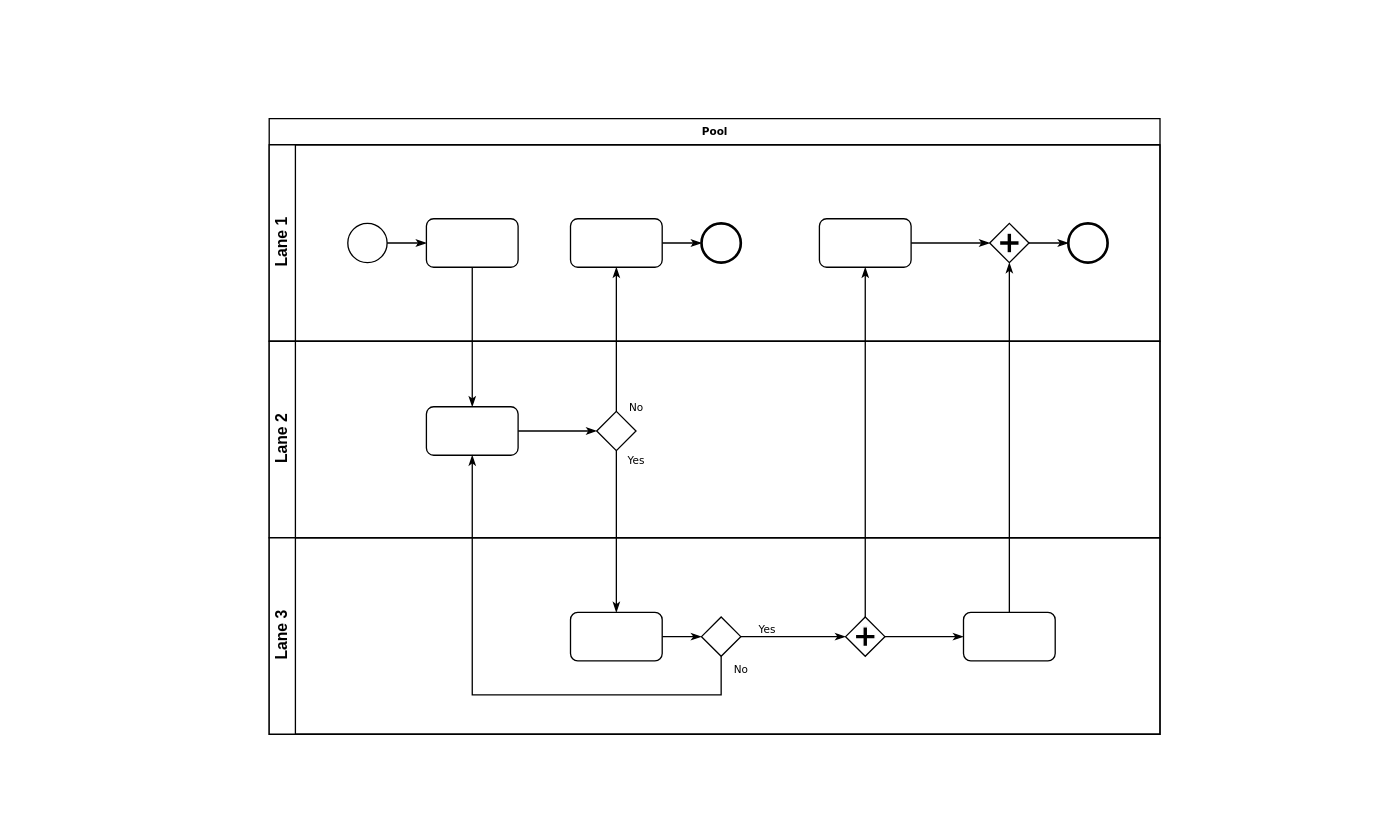
Before: 未命名绘图.drawio in lsj188/myPlugin, a draw.io diagram. Source tidied: cells renumbered, new cells numbered last; positions are measured from the earlier drawing's top-left corner, leaving out a move shared by most shapes. Both pictures are drawn from the tidied source at 131%, with x=0, y=0 at pixel (269, 118).
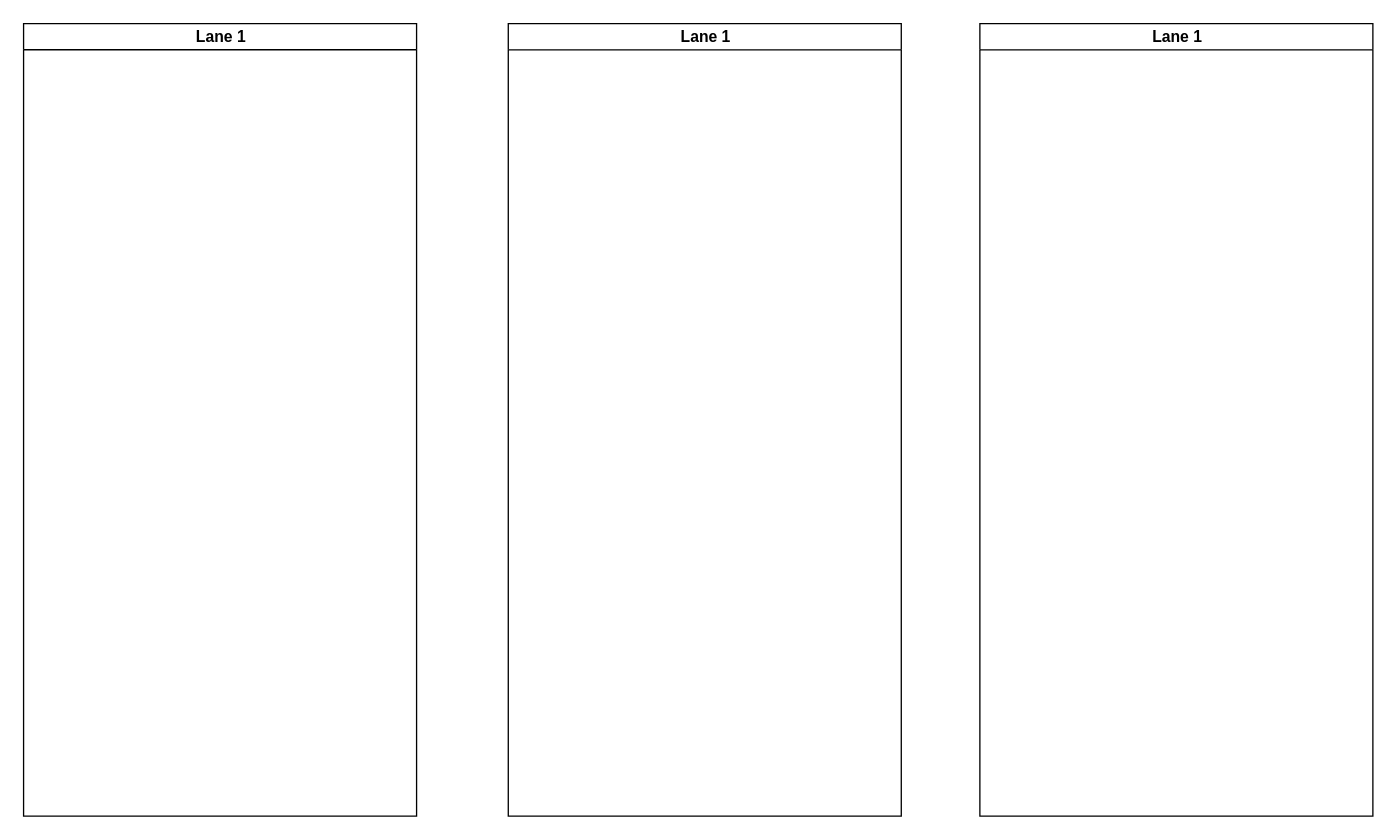
After the change.

Commit message (it also covers changes not shown here):
接口数据处理流程.drawio

What changed in the source:
```diff
@@
-    <mxCell id="2" value="Pool" style="swimlane;html=1;horizontal=1;startSize=20;rounded=0;shadow=0;labelBackgroundColor=none;strokeWidth=1;fontFamily=Verdana;fontSize=8;align=center;" parent="1" vertex="1">
-      <mxGeometry width="680" height="470" as="geometry" />
-    </mxCell>
-    <mxCell id="3" value="Lane 1" style="swimlane;html=1;startSize=20;horizontal=0;" parent="2" vertex="1">
-      <mxGeometry y="20" width="680" height="150" as="geometry" />
+    <mxCell id="3" value="Lane 1" style="swimlane;html=1;startSize=20;horizontal=0;rotation=90;" parent="1" vertex="1">
+      <mxGeometry x="-340" y="80" width="605" height="300" as="geometry" />
     </mxCell>
-    <mxCell id="4" style="edgeStyle=orthogonalEdgeStyle;rounded=0;html=1;labelBackgroundColor=none;startArrow=none;startFill=0;startSize=5;endArrow=classicThin;endFill=1;endSize=5;jettySize=auto;strokeWidth=1;fontFamily=Verdana;fontSize=8;" parent="3" edge="1" source="5" target="6">
-      <mxGeometry relative="1" as="geometry" />
-    </mxCell>
-    <mxCell id="5" style="ellipse;whiteSpace=wrap;html=1;rounded=0;shadow=0;labelBackgroundColor=none;strokeWidth=1;fontFamily=Verdana;fontSize=8;align=center;" parent="3" vertex="1">
-      <mxGeometry x="60" y="60" width="30" height="30" as="geometry" />
-    </mxCell>
-    <mxCell id="6" style="rounded=1;whiteSpace=wrap;html=1;shadow=0;labelBackgroundColor=none;strokeWidth=1;fontFamily=Verdana;fontSize=8;align=center;" parent="3" vertex="1">
-      <mxGeometry x="120" y="56.5" width="70" height="37" as="geometry" />
-    </mxCell>
-    <mxCell id="7" style="edgeStyle=orthogonalEdgeStyle;rounded=0;html=1;labelBackgroundColor=none;startArrow=none;startFill=0;startSize=5;endArrow=classicThin;endFill=1;endSize=5;jettySize=auto;strokeWidth=1;fontFamily=Verdana;fontSize=8;" parent="3" edge="1" source="8" target="9">
-      <mxGeometry relative="1" as="geometry" />
-    </mxCell>
-    <mxCell id="8" style="rounded=1;whiteSpace=wrap;html=1;shadow=0;labelBackgroundColor=none;strokeWidth=1;fontFamily=Verdana;fontSize=8;align=center;" parent="3" vertex="1">
-      <mxGeometry x="230" y="56.5" width="70" height="37" as="geometry" />
-    </mxCell>
-    <mxCell id="9" style="ellipse;whiteSpace=wrap;html=1;rounded=0;shadow=0;labelBackgroundColor=none;strokeWidth=2;fontFamily=Verdana;fontSize=8;align=center;" parent="3" vertex="1">
-      <mxGeometry x="330" y="60" width="30" height="30" as="geometry" />
-    </mxCell>
-    <mxCell id="10" style="edgeStyle=orthogonalEdgeStyle;rounded=0;html=1;entryX=0;entryY=0.5;labelBackgroundColor=none;startArrow=none;startFill=0;startSize=5;endArrow=classicThin;endFill=1;endSize=5;jettySize=auto;strokeWidth=1;fontFamily=Verdana;fontSize=8;" parent="3" edge="1" source="11" target="13">
-      <mxGeometry relative="1" as="geometry" />
-    </mxCell>
-    <mxCell id="11" style="rounded=1;whiteSpace=wrap;html=1;shadow=0;labelBackgroundColor=none;strokeWidth=1;fontFamily=Verdana;fontSize=8;align=center;" parent="3" vertex="1">
-      <mxGeometry x="420" y="56.5" width="70" height="37" as="geometry" />
-    </mxCell>
-    <mxCell id="12" style="edgeStyle=orthogonalEdgeStyle;rounded=0;html=1;labelBackgroundColor=none;startArrow=none;startFill=0;startSize=5;endArrow=classicThin;endFill=1;endSize=5;jettySize=auto;strokeWidth=1;fontFamily=Verdana;fontSize=8;" parent="3" edge="1" source="13" target="14">
-      <mxGeometry relative="1" as="geometry" />
-    </mxCell>
-    <mxCell id="13" style="shape=mxgraph.bpmn.shape;html=1;verticalLabelPosition=bottom;labelBackgroundColor=#ffffff;verticalAlign=top;perimeter=rhombusPerimeter;background=gateway;outline=none;symbol=parallelGw;rounded=1;shadow=0;strokeWidth=1;fontFamily=Verdana;fontSize=8;align=center;" parent="3" vertex="1">
-      <mxGeometry x="550" y="60" width="30" height="30" as="geometry" />
-    </mxCell>
-    <mxCell id="14" style="ellipse;whiteSpace=wrap;html=1;rounded=0;shadow=0;labelBackgroundColor=none;strokeWidth=2;fontFamily=Verdana;fontSize=8;align=center;" parent="3" vertex="1">
-      <mxGeometry x="610" y="60" width="30" height="30" as="geometry" />
-    </mxCell>
-    <mxCell id="15" value="Lane 2" style="swimlane;html=1;startSize=20;horizontal=0;" parent="2" vertex="1">
-      <mxGeometry y="170" width="680" height="150" as="geometry" />
-    </mxCell>
-    <mxCell id="16" style="edgeStyle=orthogonalEdgeStyle;rounded=0;html=1;labelBackgroundColor=none;startArrow=none;startFill=0;startSize=5;endArrow=classicThin;endFill=1;endSize=5;jettySize=auto;strokeWidth=1;fontFamily=Verdana;fontSize=8;" parent="15" edge="1" source="17" target="18">
-      <mxGeometry relative="1" as="geometry" />
-    </mxCell>
-    <mxCell id="17" style="rounded=1;whiteSpace=wrap;html=1;shadow=0;labelBackgroundColor=none;strokeWidth=1;fontFamily=Verdana;fontSize=8;align=center;" parent="15" vertex="1">
-      <mxGeometry x="120" y="50" width="70" height="37" as="geometry" />
-    </mxCell>
-    <mxCell id="18" style="strokeWidth=1;html=1;shape=mxgraph.flowchart.decision;whiteSpace=wrap;rounded=1;shadow=0;labelBackgroundColor=none;fontFamily=Verdana;fontSize=8;align=center;" parent="15" vertex="1">
-      <mxGeometry x="250" y="53.5" width="30" height="30" as="geometry" />
-    </mxCell>
-    <mxCell id="19" value="Lane 3" style="swimlane;html=1;startSize=20;horizontal=0;" parent="2" vertex="1">
-      <mxGeometry y="320" width="680" height="150" as="geometry" />
-    </mxCell>
-    <mxCell id="20" style="edgeStyle=orthogonalEdgeStyle;rounded=0;html=1;labelBackgroundColor=none;startArrow=none;startFill=0;startSize=5;endArrow=classicThin;endFill=1;endSize=5;jettySize=auto;strokeWidth=1;fontFamily=Verdana;fontSize=8;" parent="19" edge="1" source="21" target="23">
-      <mxGeometry relative="1" as="geometry" />
-    </mxCell>
-    <mxCell id="21" style="rounded=1;whiteSpace=wrap;html=1;shadow=0;labelBackgroundColor=none;strokeWidth=1;fontFamily=Verdana;fontSize=8;align=center;" parent="19" vertex="1">
-      <mxGeometry x="230" y="57" width="70" height="37" as="geometry" />
-    </mxCell>
-    <mxCell id="22" value="Yes" style="edgeStyle=orthogonalEdgeStyle;rounded=0;html=1;entryX=0;entryY=0.5;labelBackgroundColor=none;startArrow=none;startFill=0;startSize=5;endArrow=classicThin;endFill=1;endSize=5;jettySize=auto;strokeWidth=1;fontFamily=Verdana;fontSize=8;" parent="19" edge="1" source="23" target="25">
-      <mxGeometry x="-0.5" y="6" relative="1" as="geometry" />
-    </mxCell>
-    <mxCell id="23" style="strokeWidth=1;html=1;shape=mxgraph.flowchart.decision;whiteSpace=wrap;rounded=1;shadow=0;labelBackgroundColor=none;fontFamily=Verdana;fontSize=8;align=center;" parent="19" vertex="1">
-      <mxGeometry x="330" y="60.5" width="30" height="30" as="geometry" />
-    </mxCell>
-    <mxCell id="24" style="edgeStyle=orthogonalEdgeStyle;rounded=0;html=1;labelBackgroundColor=none;startArrow=none;startFill=0;startSize=5;endArrow=classicThin;endFill=1;endSize=5;jettySize=auto;strokeColor=#000000;strokeWidth=1;fontFamily=Verdana;fontSize=8;fontColor=#000000;" parent="19" edge="1" source="25" target="26">
-      <mxGeometry relative="1" as="geometry" />
-    </mxCell>
-    <mxCell id="25" style="shape=mxgraph.bpmn.shape;html=1;verticalLabelPosition=bottom;labelBackgroundColor=#ffffff;verticalAlign=top;perimeter=rhombusPerimeter;background=gateway;outline=none;symbol=parallelGw;rounded=1;shadow=0;strokeWidth=1;fontFamily=Verdana;fontSize=8;align=center;" parent="19" vertex="1">
-      <mxGeometry x="440" y="60.5" width="30" height="30" as="geometry" />
-    </mxCell>
-    <mxCell id="26" style="rounded=1;whiteSpace=wrap;html=1;shadow=0;labelBackgroundColor=none;strokeWidth=1;fontFamily=Verdana;fontSize=8;align=center;" parent="19" vertex="1">
-      <mxGeometry x="530" y="57" width="70" height="37" as="geometry" />
-    </mxCell>
-    <mxCell id="27" style="edgeStyle=orthogonalEdgeStyle;rounded=0;html=1;labelBackgroundColor=none;startArrow=none;startFill=0;startSize=5;endArrow=classicThin;endFill=1;endSize=5;jettySize=auto;strokeWidth=1;fontFamily=Verdana;fontSize=8;" parent="2" edge="1" source="6" target="17">
-      <mxGeometry relative="1" as="geometry" />
-    </mxCell>
-    <mxCell id="28" value="No" style="edgeStyle=orthogonalEdgeStyle;rounded=0;html=1;labelBackgroundColor=none;startArrow=none;startFill=0;startSize=5;endArrow=classicThin;endFill=1;endSize=5;jettySize=auto;strokeWidth=1;fontFamily=Verdana;fontSize=8;" parent="2" edge="1" source="18" target="8">
-      <mxGeometry x="-0.94" y="-15" relative="1" as="geometry" />
-    </mxCell>
-    <mxCell id="29" value="Yes" style="edgeStyle=orthogonalEdgeStyle;rounded=0;html=1;labelBackgroundColor=none;startArrow=none;startFill=0;startSize=5;endArrow=classicThin;endFill=1;endSize=5;jettySize=auto;strokeWidth=1;fontFamily=Verdana;fontSize=8;" parent="2" edge="1" source="18" target="21">
-      <mxGeometry x="-0.89" y="15" relative="1" as="geometry" />
-    </mxCell>
-    <mxCell id="30" style="edgeStyle=orthogonalEdgeStyle;rounded=0;html=1;entryX=0.5;entryY=1;labelBackgroundColor=none;startArrow=none;startFill=0;startSize=5;endArrow=classicThin;endFill=1;endSize=5;jettySize=auto;strokeWidth=1;fontFamily=Verdana;fontSize=8;" parent="2" edge="1" source="26" target="13">
-      <mxGeometry relative="1" as="geometry" />
-    </mxCell>
-    <mxCell id="31" value="No" style="edgeStyle=orthogonalEdgeStyle;rounded=0;html=1;labelBackgroundColor=none;startArrow=none;startFill=0;startSize=5;endArrow=classicThin;endFill=1;endSize=5;jettySize=auto;strokeWidth=1;fontFamily=Verdana;fontSize=8;" parent="2" edge="1" source="23" target="17">
-      <mxGeometry x="-0.95" y="15" relative="1" as="geometry">
-        <Array as="points">
-          <mxPoint x="345" y="440" />
-          <mxPoint x="155" y="440" />
-        </Array>
-      </mxGeometry>
-    </mxCell>
-    <mxCell id="32" style="edgeStyle=orthogonalEdgeStyle;rounded=0;html=1;labelBackgroundColor=none;startArrow=none;startFill=0;startSize=5;endArrow=classicThin;endFill=1;endSize=5;jettySize=auto;strokeWidth=1;fontFamily=Verdana;fontSize=8;" parent="2" edge="1" source="25" target="11">
-      <mxGeometry relative="1" as="geometry" />
-    </mxCell>
+    <mxCell id="33" value="Lane 1" style="swimlane;html=1;startSize=20;horizontal=0;rotation=90;" parent="1" vertex="1">
+      <mxGeometry x="30" y="80" width="605" height="300" as="geometry" />
+    </mxCell>
+    <mxCell id="34" value="Lane 1" style="swimlane;html=1;startSize=20;horizontal=0;rotation=90;" parent="1" vertex="1">
+      <mxGeometry x="390" y="80" width="605" height="300" as="geometry" />
+    </mxCell>
```
